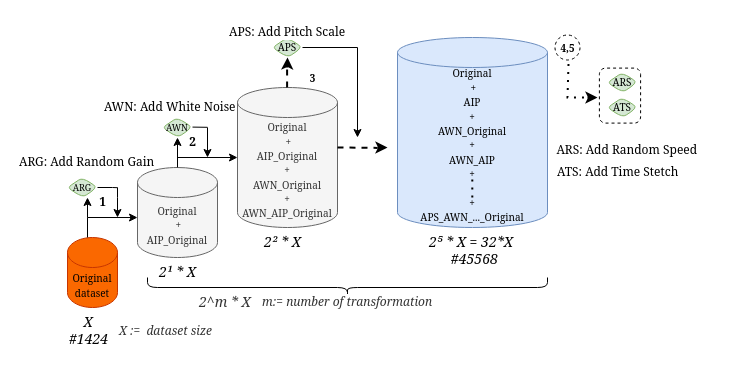
This is page "Process2-Incremental" (3 of 9) of Diagramme sans nom.drawio from papasega/DeepLearning_Shared_PSW, a draw.io file, before an edit. Source tidied: cells renumbered, new cells numbered last; positions are measured from the earlier drawing's top-left corner, leaving out a move shared by most shapes. Both pictures are drawn from the tidied source at 100%, with x=0, y=0 at pixel (17, 17).
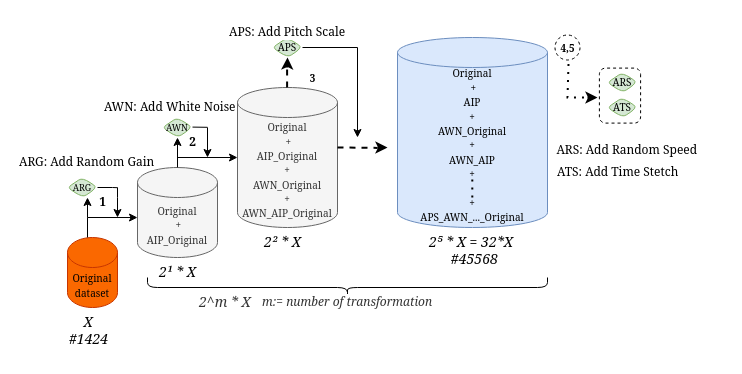
After the change.

Change to the diagram source:
```diff
@@
-    <mxCell id="32" value="&lt;i style=&quot;color: rgb(51, 51, 51); font-family: Georgia; font-size: 12px; font-variant-ligatures: normal; font-variant-caps: normal; font-weight: 400; letter-spacing: normal; orphans: 2; text-align: center; text-indent: 0px; text-transform: none; widows: 2; word-spacing: 0px; -webkit-text-stroke-width: 0px; background-color: rgb(255, 255, 255); text-decoration-thickness: initial; text-decoration-style: initial; text-decoration-color: initial;&quot;&gt;X :=&amp;nbsp; dataset size&lt;/i&gt;" style="text;whiteSpace=wrap;html=1;fontSize=12;fontFamily=Georgia;" parent="1" vertex="1">
-      <mxGeometry x="100" y="300" width="130" height="40" as="geometry" />
-    </mxCell>
```
